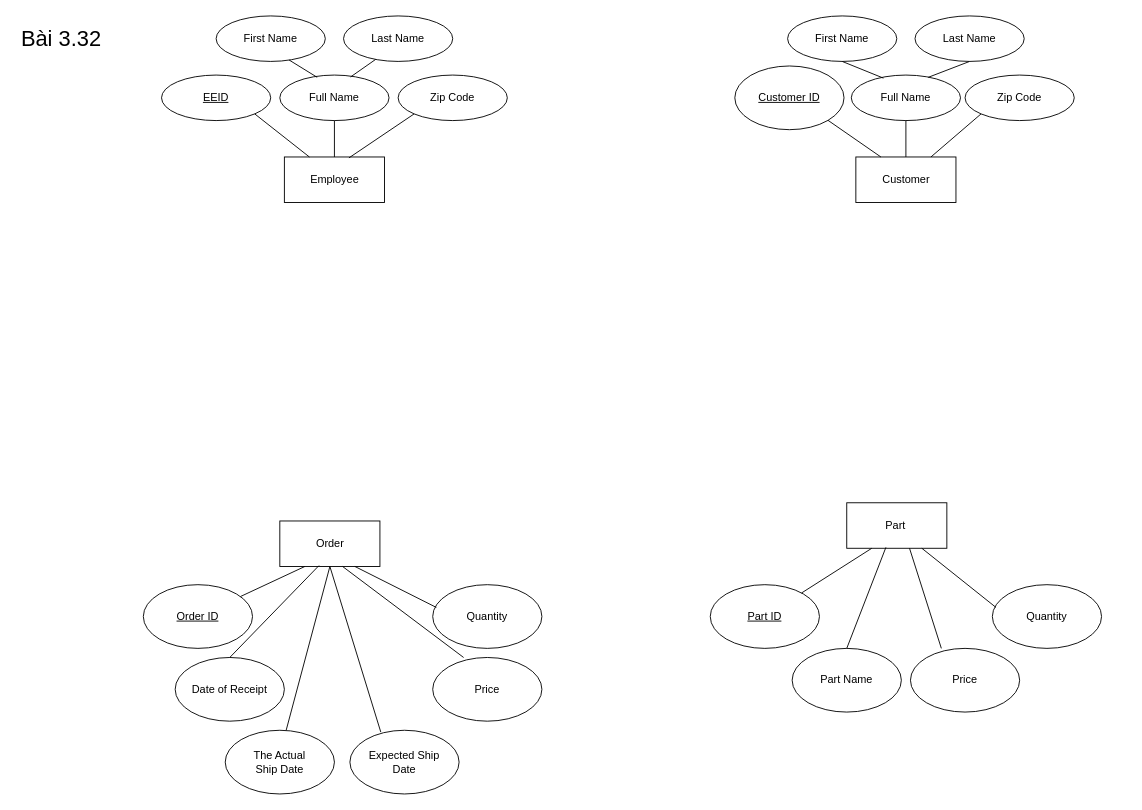
Before: page "3.32" (4 of 4) of ERD.drawio in QuangHuy2201/CSDL, a draw.io diagram. Source tidied: cells renumbered, new cells numbered last; positions are measured from the earlier drawing's top-left corner, leaving out a move shared by most shapes. Both pictures are drawn from the tidied source at 91%, with x=0, y=0 at pixel (15, 15).
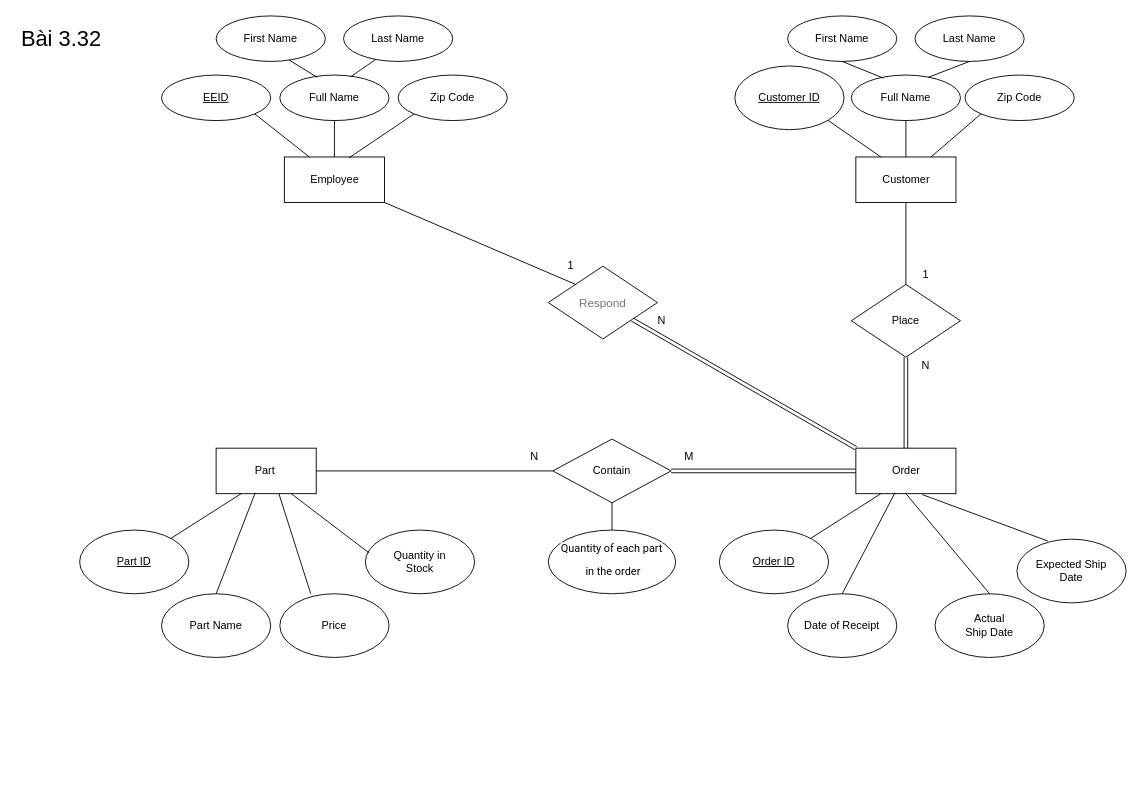
The same diagram, later.

Unchanged cells that the change refers to:
```xml
<mxCell id="3" value="Employee" style="html=1;" parent="1" vertex="1">
  <mxGeometry x="295" y="155" width="110" height="50" as="geometry" />
</mxCell>
<mxCell id="12" value="Customer" style="html=1;" parent="1" vertex="1">
  <mxGeometry x="923" y="155" width="110" height="50" as="geometry" />
</mxCell>
```

Diff of the diagram source:
```diff
@@
     <mxCell id="25" value="Part&amp;nbsp;" style="html=1;" parent="1" vertex="1">
-      <mxGeometry x="913" y="535" width="110" height="50" as="geometry" />
+      <mxGeometry x="220" y="475" width="110" height="50" as="geometry" />
     </mxCell>
     <mxCell id="26" value="&lt;u&gt;Part ID&lt;/u&gt;" style="ellipse;whiteSpace=wrap;html=1;" parent="1" vertex="1">
-      <mxGeometry x="763" y="625" width="120" height="70" as="geometry" />
+      <mxGeometry x="70" y="565" width="120" height="70" as="geometry" />
     </mxCell>
     <mxCell id="27" value="Part Name" style="ellipse;whiteSpace=wrap;html=1;" parent="1" vertex="1">
-      <mxGeometry x="853" y="695" width="120" height="70" as="geometry" />
+      <mxGeometry x="160" y="635" width="120" height="70" as="geometry" />
     </mxCell>
-    <mxCell id="28" value="Quantity" style="ellipse;whiteSpace=wrap;html=1;" parent="1" vertex="1">
-      <mxGeometry x="1073" y="625" width="120" height="70" as="geometry" />
+    <mxCell id="28" value="Quantity in&lt;br&gt;Stock" style="ellipse;whiteSpace=wrap;html=1;" parent="1" vertex="1">
+      <mxGeometry x="384" y="565" width="120" height="70" as="geometry" />
     </mxCell>
     <mxCell id="29" value="Price" style="ellipse;whiteSpace=wrap;html=1;" parent="1" vertex="1">
-      <mxGeometry x="983" y="695" width="120" height="70" as="geometry" />
+      <mxGeometry x="290" y="635" width="120" height="70" as="geometry" />
     </mxCell>
@@
     <mxCell id="34" value="Order" style="html=1;" parent="1" vertex="1">
-      <mxGeometry x="290" y="555" width="110" height="50" as="geometry" />
+      <mxGeometry x="923" y="475" width="110" height="50" as="geometry" />
     </mxCell>
     <mxCell id="35" value="&lt;u&gt;Order ID&lt;/u&gt;" style="ellipse;whiteSpace=wrap;html=1;" parent="1" vertex="1">
-      <mxGeometry x="140" y="625" width="120" height="70" as="geometry" />
+      <mxGeometry x="773" y="565" width="120" height="70" as="geometry" />
     </mxCell>
     <mxCell id="36" value="Date of Receipt" style="ellipse;whiteSpace=wrap;html=1;" parent="1" vertex="1">
-      <mxGeometry x="175" y="705" width="120" height="70" as="geometry" />
+      <mxGeometry x="848" y="635" width="120" height="70" as="geometry" />
     </mxCell>
-    <mxCell id="37" value="Quantity" style="ellipse;whiteSpace=wrap;html=1;" parent="1" vertex="1">
-      <mxGeometry x="458" y="625" width="120" height="70" as="geometry" />
-    </mxCell>
-    <mxCell id="38" value="Price" style="ellipse;whiteSpace=wrap;html=1;" parent="1" vertex="1">
-      <mxGeometry x="458" y="705" width="120" height="70" as="geometry" />
-    </mxCell>
-    <mxCell id="39" style="endArrow=none;html=1;exitX=0.75;exitY=1;exitDx=0;exitDy=0;entryX=0.033;entryY=0.357;entryDx=0;entryDy=0;entryPerimeter=0;" parent="1" edge="1" source="34" target="37">
-      <mxGeometry relative="1" as="geometry" />
-    </mxCell>
-    <mxCell id="40" style="endArrow=none;html=1;entryX=0.283;entryY=0;entryDx=0;entryDy=0;entryPerimeter=0;exitX=0.627;exitY=1;exitDx=0;exitDy=0;exitPerimeter=0;" parent="1" edge="1" source="34" target="38">
-      <mxGeometry relative="1" as="geometry" />
-    </mxCell>
@@
-    <mxCell id="43" value="The Actual &lt;br&gt;Ship Date" style="ellipse;whiteSpace=wrap;html=1;" parent="1" vertex="1">
-      <mxGeometry x="230" y="785" width="120" height="70" as="geometry" />
+    <mxCell id="43" value="Actual &lt;br&gt;Ship Date" style="ellipse;whiteSpace=wrap;html=1;" parent="1" vertex="1">
+      <mxGeometry x="1010" y="635" width="120" height="70" as="geometry" />
     </mxCell>
     <mxCell id="44" value="Expected Ship&lt;br&gt;Date" style="ellipse;whiteSpace=wrap;html=1;" parent="1" vertex="1">
-      <mxGeometry x="367" y="785" width="120" height="70" as="geometry" />
+      <mxGeometry x="1100" y="575" width="120" height="70" as="geometry" />
     </mxCell>
-    <mxCell id="45" style="endArrow=none;html=1;entryX=0.5;entryY=1;entryDx=0;entryDy=0;exitX=0.558;exitY=0;exitDx=0;exitDy=0;exitPerimeter=0;" parent="1" edge="1" source="43" target="34">
+    <mxCell id="45" style="endArrow=none;html=1;entryX=0.5;entryY=1;entryDx=0;entryDy=0;exitX=0.5;exitY=0;exitDx=0;exitDy=0;" parent="1" edge="1" source="43" target="34">
       <mxGeometry relative="1" as="geometry" />
     </mxCell>
-    <mxCell id="46" style="endArrow=none;html=1;entryX=0.5;entryY=1;entryDx=0;entryDy=0;exitX=0.283;exitY=0.029;exitDx=0;exitDy=0;exitPerimeter=0;" parent="1" edge="1" source="44" target="34">
+    <mxCell id="46" style="endArrow=none;html=1;entryX=0.664;entryY=1.02;entryDx=0;entryDy=0;exitX=0.283;exitY=0.029;exitDx=0;exitDy=0;exitPerimeter=0;entryPerimeter=0;" parent="1" edge="1" source="44" target="34">
       <mxGeometry relative="1" as="geometry" />
     </mxCell>
+    <mxCell id="47" value="Place" style="rhombus;whiteSpace=wrap;html=1;" parent="1" vertex="1">
+      <mxGeometry x="918" y="295" width="120" height="80" as="geometry" />
+    </mxCell>
+    <mxCell id="48" style="shape=link;html=1;entryX=0.5;entryY=0;entryDx=0;entryDy=0;exitX=0.5;exitY=1;exitDx=0;exitDy=0;" parent="1" edge="1" source="47" target="34">
+      <mxGeometry relative="1" as="geometry" />
+    </mxCell>
+    <mxCell id="49" style="endArrow=none;html=1;entryX=0.5;entryY=1;entryDx=0;entryDy=0;exitX=0.5;exitY=0;exitDx=0;exitDy=0;" parent="1" edge="1" source="47" target="12">
+      <mxGeometry relative="1" as="geometry" />
+    </mxCell>
+    <mxCell id="50" value="N" style="text;html=1;strokeColor=none;fillColor=none;align=center;verticalAlign=middle;whiteSpace=wrap;rounded=0;" parent="1" vertex="1">
+      <mxGeometry x="980" y="375" width="40" height="20" as="geometry" />
+    </mxCell>
+    <mxCell id="51" value="1" style="text;html=1;strokeColor=none;fillColor=none;align=center;verticalAlign=middle;whiteSpace=wrap;rounded=0;" parent="1" vertex="1">
+      <mxGeometry x="980" y="275" width="40" height="20" as="geometry" />
+    </mxCell>
+    <mxCell id="52" value="Contain" style="rhombus;whiteSpace=wrap;html=1;" parent="1" vertex="1">
+      <mxGeometry x="590" y="465" width="130" height="70" as="geometry" />
+    </mxCell>
+    <mxCell id="53" style="shape=link;html=1;entryX=0;entryY=0.5;entryDx=0;entryDy=0;exitX=1;exitY=0.5;exitDx=0;exitDy=0;" parent="1" edge="1" source="52" target="34">
+      <mxGeometry relative="1" as="geometry" />
+    </mxCell>
+    <mxCell id="54" style="endArrow=none;html=1;exitX=1;exitY=0.5;exitDx=0;exitDy=0;entryX=0;entryY=0.5;entryDx=0;entryDy=0;" parent="1" edge="1" source="25" target="52">
+      <mxGeometry relative="1" as="geometry" />
+    </mxCell>
+    <mxCell id="55" value="N" style="text;html=1;strokeColor=none;fillColor=none;align=center;verticalAlign=middle;whiteSpace=wrap;rounded=0;" parent="1" vertex="1">
+      <mxGeometry x="550" y="475" width="40" height="20" as="geometry" />
+    </mxCell>
+    <mxCell id="56" value="M" style="text;html=1;strokeColor=none;fillColor=none;align=center;verticalAlign=middle;whiteSpace=wrap;rounded=0;" parent="1" vertex="1">
+      <mxGeometry x="720" y="475" width="40" height="20" as="geometry" />
+    </mxCell>
+    <mxCell id="57" value="&lt;span class=&quot;VIiyi&quot; lang=&quot;en&quot; style=&quot;display: inline ; font-family: &amp;#34;roboto&amp;#34; , &amp;#34;robotodraft&amp;#34; , &amp;#34;helvetica&amp;#34; , &amp;#34;arial&amp;#34; , sans-serif&quot;&gt;&lt;span class=&quot;JLqJ4b ChMk0b&quot; style=&quot;cursor: pointer ; background-color: rgb(255 , 255 , 255)&quot;&gt;&lt;font style=&quot;font-size: 12px&quot;&gt;Quantity of each part&lt;br&gt;&amp;nbsp;in the order&lt;/font&gt;&lt;/span&gt;&lt;/span&gt;&lt;span style=&quot;font-family: &amp;#34;roboto&amp;#34; , &amp;#34;robotodraft&amp;#34; , &amp;#34;helvetica&amp;#34; , &amp;#34;arial&amp;#34; , sans-serif ; font-size: 24px ; background-color: rgb(245 , 245 , 245)&quot;&gt; &lt;/span&gt;" style="ellipse;whiteSpace=wrap;html=1;" parent="1" vertex="1">
+      <mxGeometry x="585" y="565" width="140" height="70" as="geometry" />
+    </mxCell>
+    <mxCell id="58" style="endArrow=none;html=1;entryX=0.5;entryY=1;entryDx=0;entryDy=0;exitX=0.5;exitY=0;exitDx=0;exitDy=0;" parent="1" edge="1" source="57" target="52">
+      <mxGeometry relative="1" as="geometry" />
+    </mxCell>
+    <mxCell id="59" value="&lt;span style=&quot;color: rgb(108 , 117 , 125) ; font-family: , &amp;#34;blinkmacsystemfont&amp;#34; , &amp;#34;segoe ui&amp;#34; , &amp;#34;roboto&amp;#34; , &amp;#34;helvetica neue&amp;#34; , &amp;#34;arial&amp;#34; , &amp;#34;noto sans&amp;#34; , sans-serif , &amp;#34;apple color emoji&amp;#34; , &amp;#34;segoe ui emoji&amp;#34; , &amp;#34;segoe ui symbol&amp;#34; , &amp;#34;noto color emoji&amp;#34; ; font-size: 12.8px ; text-align: left ; background-color: rgb(255 , 255 , 255)&quot;&gt;Respond&lt;/span&gt;" style="rhombus;whiteSpace=wrap;html=1;" parent="1" vertex="1">
+      <mxGeometry x="585" y="275" width="120" height="80" as="geometry" />
+    </mxCell>
+    <mxCell id="60" style="endArrow=none;html=1;entryX=0;entryY=0;entryDx=0;entryDy=0;exitX=1;exitY=1;exitDx=0;exitDy=0;" parent="1" edge="1" source="3" target="59">
+      <mxGeometry relative="1" as="geometry" />
+    </mxCell>
+    <mxCell id="61" style="shape=link;html=1;entryX=0;entryY=0;entryDx=0;entryDy=0;" parent="1" edge="1" source="59" target="34">
+      <mxGeometry relative="1" as="geometry" />
+    </mxCell>
+    <mxCell id="62" value="1" style="text;html=1;strokeColor=none;fillColor=none;align=center;verticalAlign=middle;whiteSpace=wrap;rounded=0;" parent="1" vertex="1">
+      <mxGeometry x="590" y="265" width="40" height="20" as="geometry" />
+    </mxCell>
+    <mxCell id="63" value="N" style="text;html=1;strokeColor=none;fillColor=none;align=center;verticalAlign=middle;whiteSpace=wrap;rounded=0;" parent="1" vertex="1">
+      <mxGeometry x="690" y="325" width="40" height="20" as="geometry" />
+    </mxCell>
```
